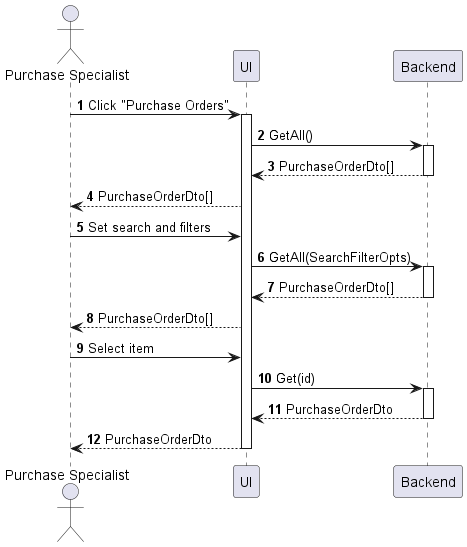
Above: sequences/purchase-order-view.png in phihungha/scmss-reqs (PlantUML), before the change.
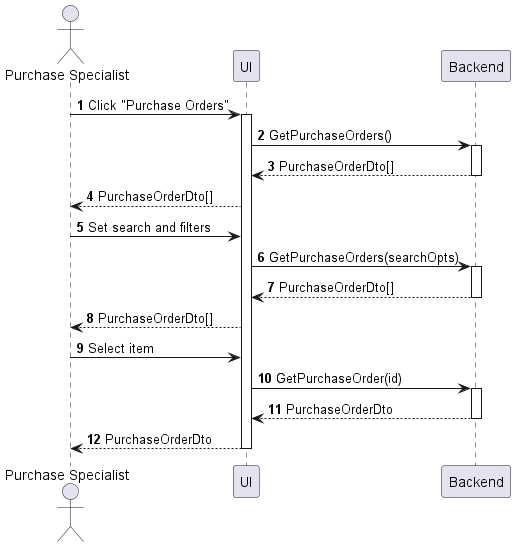
After the commit.

Diff of the diagram source:
```diff
@@ -7,17 +7,17 @@
 
 a -> f : Click "Purchase Orders"
 activate f
-f -> b : GetAll()
+f -> b : GetPurchaseOrders()
 activate b
 return PurchaseOrderDto[]
 f --> a : PurchaseOrderDto[]
 a -> f : Set search and filters
-f -> b : GetAll(SearchFilterOpts)
+f -> b : GetPurchaseOrders(searchOpts)
 activate b
 return PurchaseOrderDto[]
 f --> a : PurchaseOrderDto[]
 a -> f : Select item
-f -> b : Get(id)
+f -> b : GetPurchaseOrder(id)
 activate b
 return PurchaseOrderDto
 return PurchaseOrderDto
```
